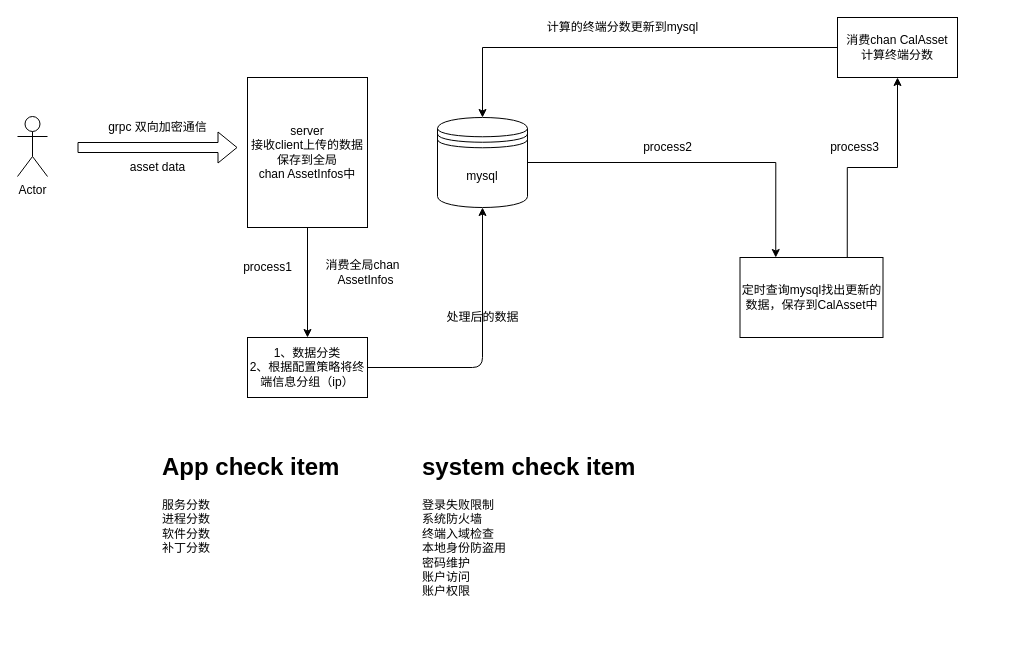
whscout/resume keeps this draw.io diagram as env.drawio. Above is the earlier version. Source tidied: cells renumbered, new cells numbered last; positions are measured from the earlier drawing's top-left corner, leaving out a move shared by most shapes. Both pictures are drawn from the tidied source at 100%, with x=0, y=0 at pixel (17, 17).
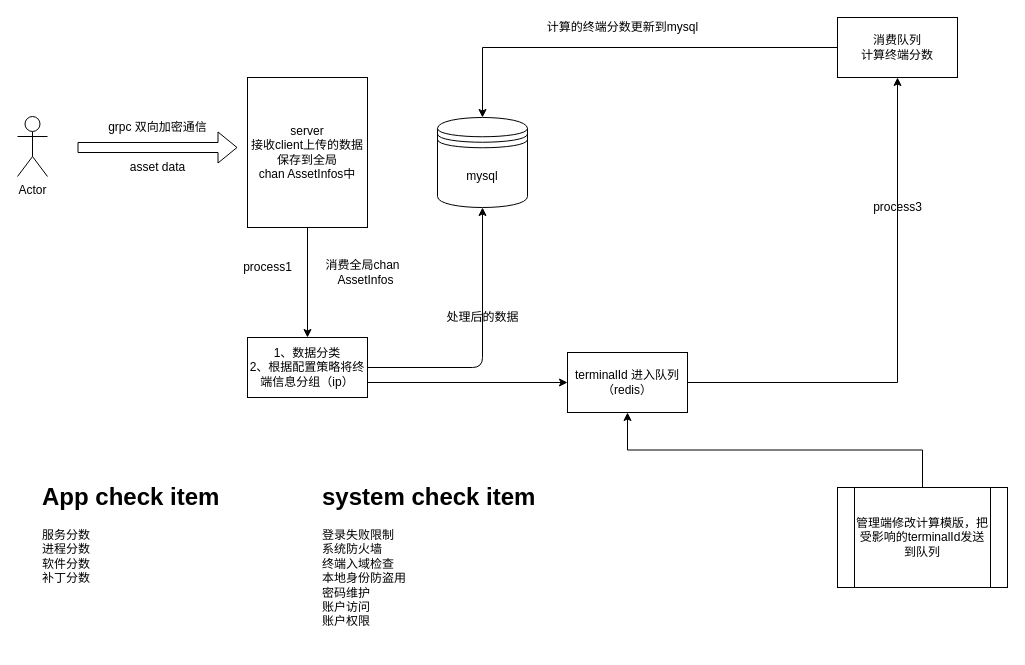
The same page after the edit.

The change refers to these unchanged cells:
```xml
<mxCell id="10" value="1、数据分类&lt;br&gt;2、根据配置策略将终端信息分组（ip）" style="rounded=0;whiteSpace=wrap;html=1;" parent="1" vertex="1">
  <mxGeometry x="230" y="320" width="120" height="60" as="geometry" />
</mxCell>
<mxCell id="12" value="mysql" style="shape=datastore;whiteSpace=wrap;html=1;" parent="1" vertex="1">
  <mxGeometry x="420" y="100" width="90" height="90" as="geometry" />
</mxCell>
```

What changed in the source:
```diff
@@
+    <mxCell id="24" style="edgeStyle=orthogonalEdgeStyle;rounded=0;jettySize=auto;html=1;exitX=1;exitY=0.75;exitDx=0;exitDy=0;" parent="1" edge="1" source="10" target="25">
+      <mxGeometry relative="1" as="geometry" />
+    </mxCell>
@@
-    <mxCell id="11" style="edgeStyle=orthogonalEdgeStyle;rounded=0;jettySize=auto;html=1;exitX=1;exitY=0.5;exitDx=0;exitDy=0;entryX=0.25;entryY=0;entryDx=0;entryDy=0;" parent="1" edge="1" source="12" target="17">
-      <mxGeometry relative="1" as="geometry" />
-    </mxCell>
@@
-    <mxCell id="15" value="process2" style="text;html=1;align=center;verticalAlign=middle;" parent="1" vertex="1">
-      <mxGeometry x="620" y="120" width="60" height="20" as="geometry" />
-    </mxCell>
-    <mxCell id="16" style="edgeStyle=orthogonalEdgeStyle;rounded=0;jettySize=auto;html=1;exitX=0.75;exitY=0;exitDx=0;exitDy=0;entryX=0.5;entryY=1;entryDx=0;entryDy=0;" parent="1" edge="1" source="17" target="19">
+    <mxCell id="16" style="edgeStyle=orthogonalEdgeStyle;rounded=0;jettySize=auto;html=1;exitX=1;exitY=0.5;exitDx=0;exitDy=0;entryX=0.5;entryY=1;entryDx=0;entryDy=0;" parent="1" edge="1" source="25" target="19">
       <mxGeometry relative="1" as="geometry" />
     </mxCell>
-    <mxCell id="17" value="定时查询mysql找出更新的数据，保存到CalAsset中" style="rounded=0;whiteSpace=wrap;html=1;" parent="1" vertex="1">
-      <mxGeometry x="722.5" y="240" width="143" height="80" as="geometry" />
-    </mxCell>
@@
-    <mxCell id="19" value="消费chan CalAsset&lt;br&gt;计算终端分数" style="rounded=0;whiteSpace=wrap;html=1;" parent="1" vertex="1">
+    <mxCell id="19" value="消费队列&lt;br&gt;计算终端分数" style="rounded=0;whiteSpace=wrap;html=1;" parent="1" vertex="1">
       <mxGeometry x="820" width="120" height="60" as="geometry" />
     </mxCell>
     <mxCell id="20" value="process3" style="text;html=1;align=center;verticalAlign=middle;" parent="1" vertex="1">
-      <mxGeometry x="807" y="120" width="60" height="20" as="geometry" />
+      <mxGeometry x="850" y="180" width="60" height="20" as="geometry" />
     </mxCell>
@@
     <mxCell id="22" value="&lt;h1&gt;App check item&lt;/h1&gt;&lt;div&gt;服务分数&lt;/div&gt;&lt;div&gt;进程分数&lt;/div&gt;&lt;div&gt;软件分数&lt;/div&gt;&lt;div&gt;补丁分数&lt;/div&gt;&lt;div&gt;&lt;br&gt;&lt;/div&gt;" style="text;html=1;strokeColor=none;fillColor=none;spacing=5;spacingTop=-20;whiteSpace=wrap;overflow=hidden;rounded=0;" parent="1" vertex="1">
-      <mxGeometry x="140" y="430" width="210" height="120" as="geometry" />
+      <mxGeometry x="20" y="460" width="210" height="120" as="geometry" />
     </mxCell>
     <mxCell id="23" value="&lt;h1&gt;system check item&lt;/h1&gt;&lt;div&gt;登录失败限制&lt;/div&gt;&lt;div&gt;系统防火墙&lt;/div&gt;&lt;div&gt;终端入域检查&lt;/div&gt;&lt;div&gt;本地身份防盗用&lt;/div&gt;&lt;div&gt;密码维护&lt;/div&gt;&lt;div&gt;账户访问&lt;/div&gt;&lt;div&gt;账户权限&lt;/div&gt;" style="text;html=1;strokeColor=none;fillColor=none;spacing=5;spacingTop=-20;whiteSpace=wrap;overflow=hidden;rounded=0;" parent="1" vertex="1">
-      <mxGeometry x="400" y="430" width="240" height="170" as="geometry" />
+      <mxGeometry x="300" y="460" width="240" height="170" as="geometry" />
     </mxCell>
+    <mxCell id="25" value="terminalId 进入队列&lt;br&gt;（redis）" style="rounded=0;whiteSpace=wrap;html=1;" parent="1" vertex="1">
+      <mxGeometry x="550" y="335" width="120" height="60" as="geometry" />
+    </mxCell>
+    <mxCell id="26" style="edgeStyle=orthogonalEdgeStyle;rounded=0;jettySize=auto;html=1;exitX=0.5;exitY=0;exitDx=0;exitDy=0;entryX=0.5;entryY=1;entryDx=0;entryDy=0;" parent="1" edge="1" source="27" target="25">
+      <mxGeometry relative="1" as="geometry" />
+    </mxCell>
+    <mxCell id="27" value="管理端修改计算模版，把受影响的terminalId发送到队列" style="shape=process;whiteSpace=wrap;html=1;backgroundOutline=1;" parent="1" vertex="1">
+      <mxGeometry x="820" y="470" width="170" height="100" as="geometry" />
+    </mxCell>
```
